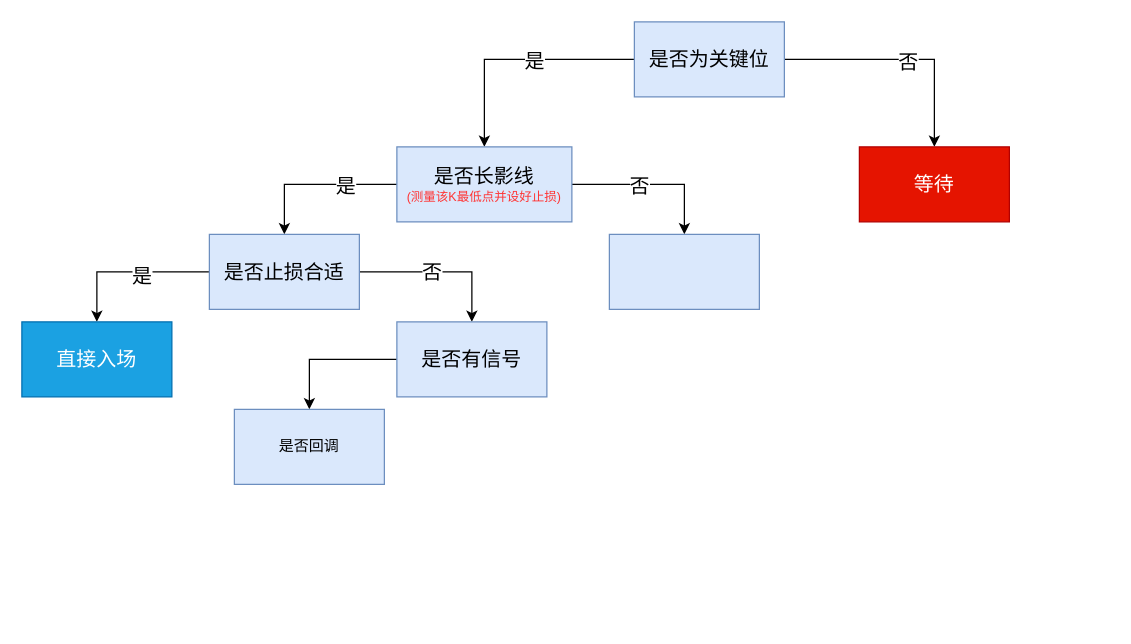
Before: 开仓逻辑.drawio in SsAy666/gold_trade, a draw.io diagram. Source tidied: cells renumbered, new cells numbered last; positions are measured from the earlier drawing's top-left corner, leaving out a move shared by most shapes. Both pictures are drawn from the tidied source at 125%, with x=0, y=0 at pixel (21, 21).
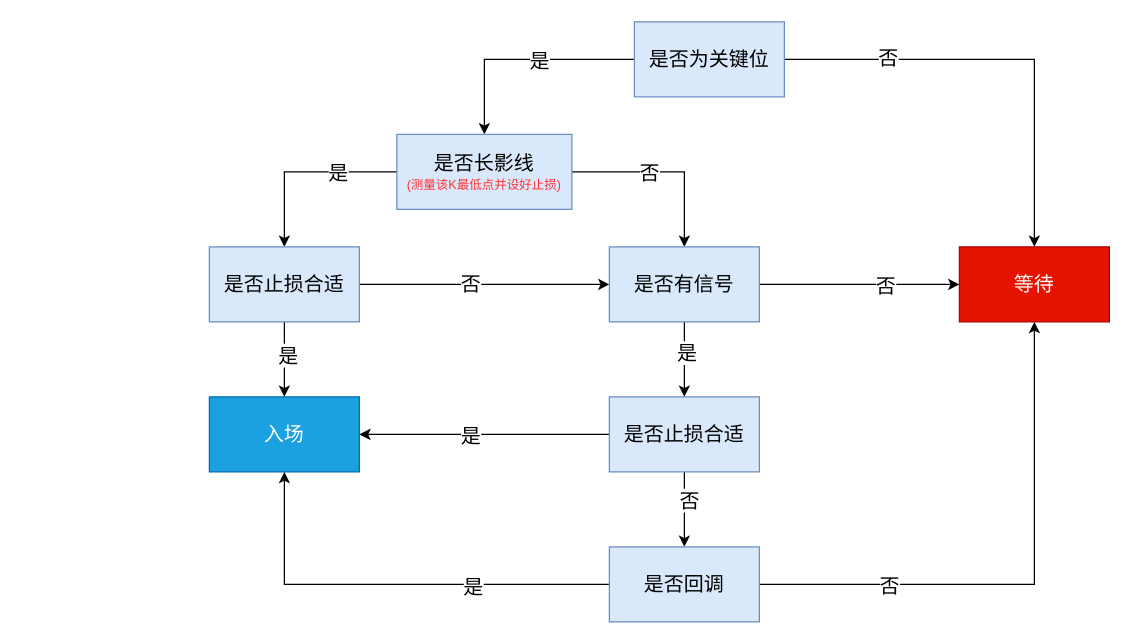
The same page after the edit.

Commit message:
更新开仓逻辑.drawio

The change refers to these unchanged cells:
```xml
<mxCell id="4" style="edgeStyle=orthogonalEdgeStyle;rounded=0;jettySize=auto;html=1;" parent="1" edge="1" source="6" target="12">
  <mxGeometry relative="1" as="geometry" />
</mxCell>
```

Change to the diagram source:
```diff
@@
-    <mxCell id="5" value="&lt;font style=&quot;font-size: 16px;&quot;&gt;否&lt;/font&gt;" style="edgeLabel;html=1;align=center;verticalAlign=middle;" parent="4" vertex="1">
-      <mxGeometry x="0.03" y="-1" relative="1" as="geometry" />
-    </mxCell>
+    <mxCell id="23" value="&lt;font style=&quot;font-size: 16px;&quot;&gt;否&lt;/font&gt;" style="edgeLabel;html=1;align=center;verticalAlign=middle;" parent="4" vertex="1">
+      <mxGeometry x="-0.53" y="3" relative="1" as="geometry">
+        <mxPoint y="1" as="offset" />
+      </mxGeometry>
+    </mxCell>
@@
     <mxCell id="11" value="&lt;font style=&quot;font-size: 16px;&quot;&gt;是否长影线&lt;/font&gt;&lt;div&gt;&lt;font style=&quot;font-size: 10px; color: rgb(255, 51, 51);&quot;&gt;(测量该K最低点并设好止损)&lt;/font&gt;&lt;/div&gt;" style="whiteSpace=wrap;html=1;fillColor=#dae8fc;strokeColor=#6c8ebf;rounded=0;" parent="1" vertex="1">
-      <mxGeometry x="300" y="100" width="140" height="60" as="geometry" />
+      <mxGeometry x="300" y="90" width="140" height="60" as="geometry" />
     </mxCell>
     <mxCell id="12" value="&lt;font style=&quot;font-size: 16px;&quot;&gt;等待&lt;/font&gt;" style="whiteSpace=wrap;html=1;fillColor=#e51400;strokeColor=#B20000;rounded=0;fontColor=#ffffff;" parent="1" vertex="1">
-      <mxGeometry x="670" y="100" width="120" height="60" as="geometry" />
+      <mxGeometry x="750" y="180" width="120" height="60" as="geometry" />
     </mxCell>
@@
-    <mxCell id="15" style="edgeStyle=orthogonalEdgeStyle;rounded=0;jettySize=auto;html=1;" parent="1" edge="1" source="17" target="21">
+    <mxCell id="15" style="edgeStyle=orthogonalEdgeStyle;rounded=0;jettySize=auto;html=1;entryX=0;entryY=0.5;entryDx=0;entryDy=0;" parent="1" edge="1" source="17" target="18">
       <mxGeometry relative="1" as="geometry" />
     </mxCell>
@@
     <mxCell id="17" value="&lt;font style=&quot;font-size: 16px;&quot;&gt;是否止损合适&lt;/font&gt;" style="whiteSpace=wrap;html=1;fillColor=#dae8fc;strokeColor=#6c8ebf;rounded=0;" parent="1" vertex="1">
-      <mxGeometry x="150" y="170" width="120" height="60" as="geometry" />
+      <mxGeometry x="150" y="180" width="120" height="60" as="geometry" />
     </mxCell>
+    <mxCell id="24" style="edgeStyle=orthogonalEdgeStyle;rounded=0;jettySize=auto;html=1;" parent="1" edge="1" source="18" target="12">
+      <mxGeometry relative="1" as="geometry" />
+    </mxCell>
+    <mxCell id="25" value="&lt;font style=&quot;font-size: 16px;&quot;&gt;否&lt;/font&gt;" style="edgeLabel;html=1;align=center;verticalAlign=middle;" parent="24" vertex="1">
+      <mxGeometry x="0.25" y="1" relative="1" as="geometry">
+        <mxPoint y="1" as="offset" />
+      </mxGeometry>
+    </mxCell>
+    <mxCell id="26" style="edgeStyle=orthogonalEdgeStyle;rounded=0;jettySize=auto;html=1;" parent="1" edge="1" source="18" target="32">
+      <mxGeometry relative="1" as="geometry" />
+    </mxCell>
+    <mxCell id="27" value="&lt;font style=&quot;font-size: 16px;&quot;&gt;是&lt;/font&gt;" style="edgeLabel;html=1;align=center;verticalAlign=middle;" parent="26" vertex="1">
+      <mxGeometry x="-0.2" y="1" relative="1" as="geometry" />
+    </mxCell>
-    <mxCell id="18" style="whiteSpace=wrap;html=1;fillColor=#dae8fc;strokeColor=#6c8ebf;rounded=0;" parent="1" vertex="1">
-      <mxGeometry x="470" y="170" width="120" height="60" as="geometry" />
+    <mxCell id="18" value="&lt;font style=&quot;font-size: 16px;&quot;&gt;是否有信号&lt;/font&gt;" style="whiteSpace=wrap;html=1;fillColor=#dae8fc;strokeColor=#6c8ebf;rounded=0;" parent="1" vertex="1">
+      <mxGeometry x="470" y="180" width="120" height="60" as="geometry" />
     </mxCell>
-    <mxCell id="19" value="&lt;font style=&quot;font-size: 16px;&quot;&gt;直接入场&lt;/font&gt;" style="whiteSpace=wrap;html=1;fillColor=#1ba1e2;strokeColor=#006EAF;rounded=0;fontColor=#ffffff;" parent="1" vertex="1">
-      <mxGeometry y="240" width="120" height="60" as="geometry" />
+    <mxCell id="19" value="&lt;font style=&quot;font-size: 16px;&quot;&gt;入场&lt;/font&gt;" style="whiteSpace=wrap;html=1;fillColor=#1ba1e2;strokeColor=#006EAF;rounded=0;fontColor=#ffffff;" parent="1" vertex="1">
+      <mxGeometry x="150" y="300" width="120" height="60" as="geometry" />
     </mxCell>
-    <mxCell id="20" style="edgeStyle=orthogonalEdgeStyle;rounded=0;jettySize=auto;html=1;" parent="1" edge="1" source="21" target="22">
-      <mxGeometry relative="1" as="geometry" />
-    </mxCell>
-    <mxCell id="21" value="&lt;font style=&quot;font-size: 16px;&quot;&gt;是否有信号&lt;/font&gt;" style="whiteSpace=wrap;html=1;fillColor=#dae8fc;strokeColor=#6c8ebf;rounded=0;" parent="1" vertex="1">
-      <mxGeometry x="300" y="240" width="120" height="60" as="geometry" />
-    </mxCell>
+    <mxCell id="28" style="edgeStyle=orthogonalEdgeStyle;rounded=0;jettySize=auto;html=1;exitX=0;exitY=0.5;exitDx=0;exitDy=0;entryX=1;entryY=0.5;entryDx=0;entryDy=0;" parent="1" edge="1" source="32" target="19">
+      <mxGeometry relative="1" as="geometry" />
+    </mxCell>
+    <mxCell id="29" value="&lt;font style=&quot;font-size: 16px;&quot;&gt;是&lt;/font&gt;" style="edgeLabel;html=1;align=center;verticalAlign=middle;" parent="28" vertex="1">
+      <mxGeometry x="0.12" relative="1" as="geometry" />
+    </mxCell>
+    <mxCell id="30" style="edgeStyle=orthogonalEdgeStyle;rounded=0;jettySize=auto;html=1;" parent="1" edge="1" source="32" target="22">
+      <mxGeometry relative="1" as="geometry" />
+    </mxCell>
+    <mxCell id="31" value="&lt;font style=&quot;font-size: 16px;&quot;&gt;否&lt;/font&gt;" style="edgeLabel;html=1;align=center;verticalAlign=middle;" parent="30" vertex="1">
+      <mxGeometry x="-0.28" y="3" relative="1" as="geometry" />
+    </mxCell>
+    <mxCell id="32" value="&lt;font style=&quot;font-size: 16px;&quot;&gt;是否止损合适&lt;/font&gt;" style="whiteSpace=wrap;html=1;fillColor=#dae8fc;strokeColor=#6c8ebf;rounded=0;" parent="1" vertex="1">
+      <mxGeometry x="470" y="300" width="120" height="60" as="geometry" />
+    </mxCell>
+    <mxCell id="33" style="edgeStyle=orthogonalEdgeStyle;rounded=0;jettySize=auto;html=1;entryX=0.5;entryY=1;entryDx=0;entryDy=0;" parent="1" edge="1" source="22" target="19">
+      <mxGeometry relative="1" as="geometry" />
+    </mxCell>
+    <mxCell id="34" value="&lt;font style=&quot;font-size: 16px;&quot;&gt;是&lt;/font&gt;" style="edgeLabel;html=1;align=center;verticalAlign=middle;" parent="33" vertex="1">
+      <mxGeometry x="-0.37" y="1" relative="1" as="geometry" />
+    </mxCell>
+    <mxCell id="35" style="edgeStyle=orthogonalEdgeStyle;rounded=0;jettySize=auto;html=1;exitX=1;exitY=0.5;exitDx=0;exitDy=0;entryX=0.5;entryY=1;entryDx=0;entryDy=0;" parent="1" edge="1" source="22" target="12">
+      <mxGeometry relative="1" as="geometry" />
+    </mxCell>
+    <mxCell id="36" value="&lt;font style=&quot;font-size: 16px;&quot;&gt;否&lt;/font&gt;" style="edgeLabel;html=1;align=center;verticalAlign=middle;" parent="35" vertex="1">
+      <mxGeometry x="-0.52" y="1" relative="1" as="geometry">
+        <mxPoint y="1" as="offset" />
+      </mxGeometry>
+    </mxCell>
-    <mxCell id="22" value="是否回调" style="whiteSpace=wrap;html=1;fillColor=#dae8fc;strokeColor=#6c8ebf;rounded=0;" parent="1" vertex="1">
-      <mxGeometry x="170" y="310" width="120" height="60" as="geometry" />
+    <mxCell id="22" value="&lt;font style=&quot;font-size: 16px;&quot;&gt;是否回调&lt;/font&gt;" style="whiteSpace=wrap;html=1;fillColor=#dae8fc;strokeColor=#6c8ebf;rounded=0;" parent="1" vertex="1">
+      <mxGeometry x="470" y="420" width="120" height="60" as="geometry" />
     </mxCell>
```
